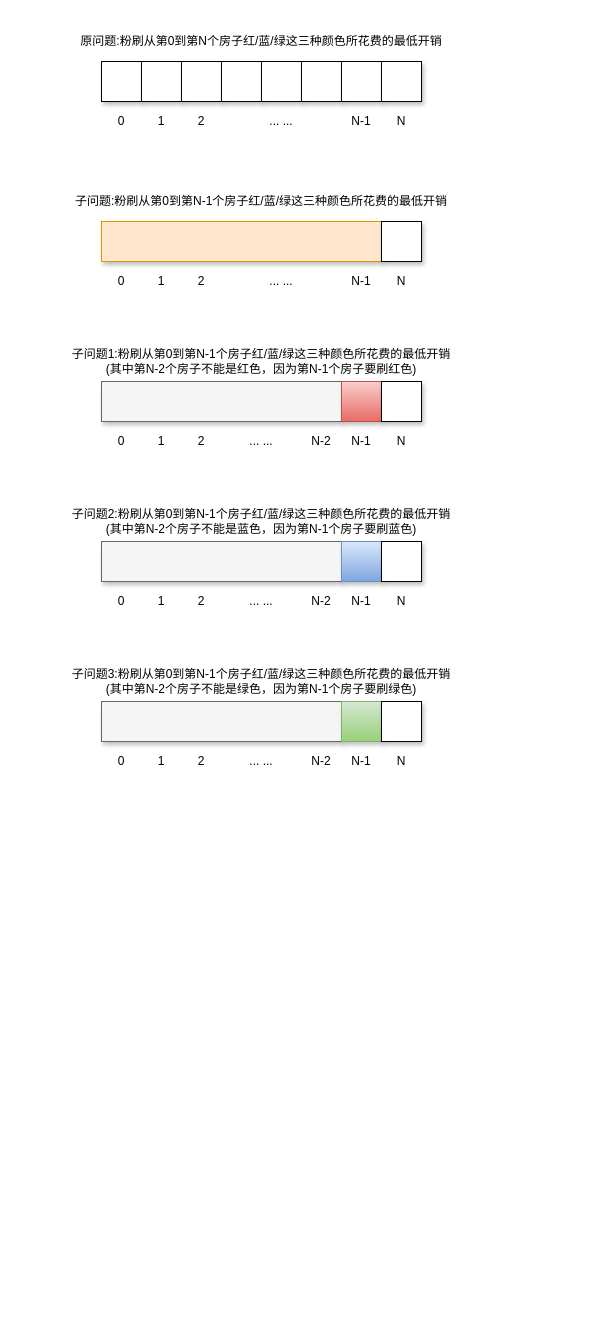
This is draw.io/粉刷房子 II.drawio from goldknife6/algorithm, a draw.io file, before an edit. Source tidied: cells renumbered, new cells numbered last; positions are measured from the earlier drawing's top-left corner, leaving out a move shared by most shapes. Both pictures are drawn from the tidied source at 100%, with x=0, y=0 at pixel (21, 21).
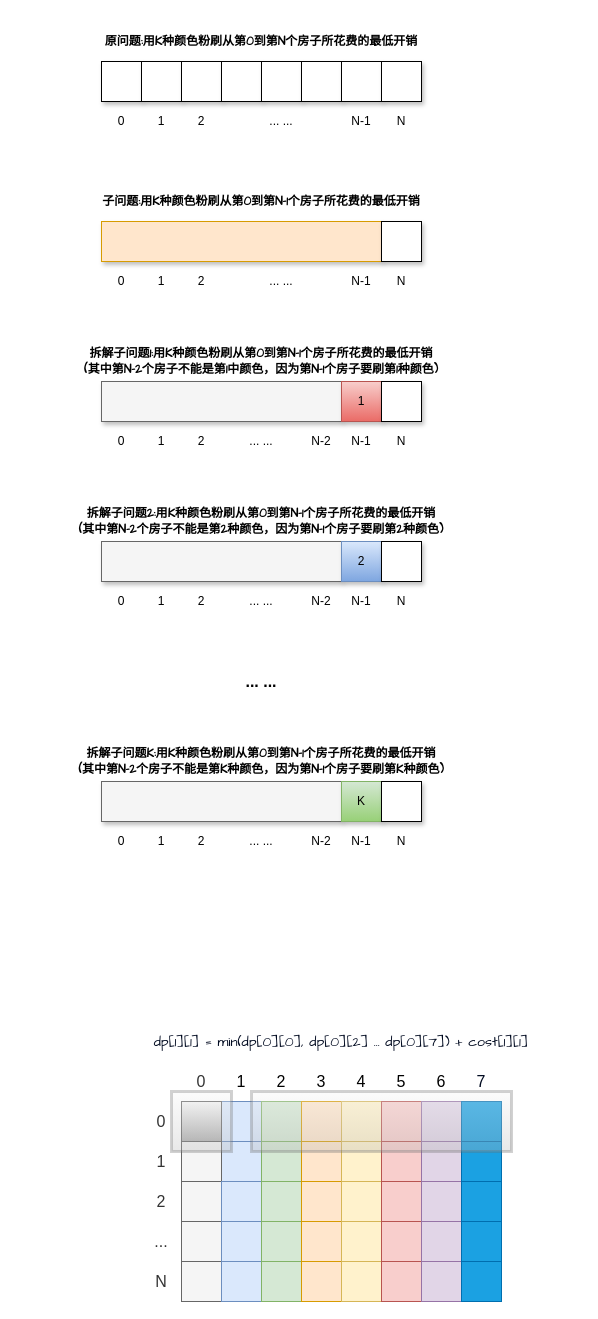
Above is the later version.

Commit message:
更新粉刷房子 II.drawio

What changed in the source:
```diff
@@
+    <mxCell id="59" style="rounded=0;whiteSpace=wrap;html=1;fontFamily=Helvetica;fontSize=16;fillColor=#dae8fc;strokeColor=#6c8ebf;" parent="1" vertex="1">
+      <mxGeometry x="200" y="1120" width="40" height="40" as="geometry" />
+    </mxCell>
     <mxCell id="2" style="rounded=0;whiteSpace=wrap;html=1;glass=0;shadow=1;fillColor=#f5f5f5;strokeColor=#666666;fontColor=#333333;" parent="1" vertex="1">
-      <mxGeometry x="80" y="680" width="240" height="40" as="geometry" />
+      <mxGeometry x="80" y="760" width="240" height="40" as="geometry" />
     </mxCell>
@@
-    <mxCell id="5" style="rounded=0;whiteSpace=wrap;html=1;glass=0;shadow=1;fillColor=#d5e8d4;gradientColor=#97d077;strokeColor=#82b366;" parent="1" vertex="1">
-      <mxGeometry x="320" y="680" width="40" height="40" as="geometry" />
+    <mxCell id="5" value="K" style="rounded=0;whiteSpace=wrap;html=1;glass=0;shadow=1;fillColor=#d5e8d4;gradientColor=#97d077;strokeColor=#82b366;" parent="1" vertex="1">
+      <mxGeometry x="320" y="760" width="40" height="40" as="geometry" />
     </mxCell>
-    <mxCell id="6" style="rounded=0;whiteSpace=wrap;html=1;glass=0;shadow=1;fillColor=#f8cecc;strokeColor=#b85450;gradientColor=#ea6b66;" parent="1" vertex="1">
+    <mxCell id="6" value="1" style="rounded=0;whiteSpace=wrap;html=1;glass=0;shadow=1;fillColor=#f8cecc;strokeColor=#b85450;gradientColor=#ea6b66;" parent="1" vertex="1">
       <mxGeometry x="320" y="360" width="40" height="40" as="geometry" />
     </mxCell>
-    <mxCell id="7" style="rounded=0;whiteSpace=wrap;html=1;glass=0;shadow=1;fillColor=#dae8fc;gradientColor=#7ea6e0;strokeColor=#6c8ebf;" parent="1" vertex="1">
+    <mxCell id="7" value="2" style="rounded=0;whiteSpace=wrap;html=1;glass=0;shadow=1;fillColor=#dae8fc;gradientColor=#7ea6e0;strokeColor=#6c8ebf;" parent="1" vertex="1">
       <mxGeometry x="320" y="520" width="40" height="40" as="geometry" />
     </mxCell>
@@
     <mxCell id="22" value="0" style="rounded=0;whiteSpace=wrap;html=1;glass=0;shadow=1;opacity=0;" parent="1" vertex="1">
-      <mxGeometry x="80" y="720" width="40" height="40" as="geometry" />
+      <mxGeometry x="80" y="800" width="40" height="40" as="geometry" />
     </mxCell>
     <mxCell id="23" value="1" style="rounded=0;whiteSpace=wrap;html=1;glass=0;shadow=1;opacity=0;" parent="1" vertex="1">
-      <mxGeometry x="120" y="720" width="40" height="40" as="geometry" />
+      <mxGeometry x="120" y="800" width="40" height="40" as="geometry" />
     </mxCell>
     <mxCell id="24" value="2" style="rounded=0;whiteSpace=wrap;html=1;glass=0;shadow=1;opacity=0;" parent="1" vertex="1">
-      <mxGeometry x="160" y="720" width="40" height="40" as="geometry" />
+      <mxGeometry x="160" y="800" width="40" height="40" as="geometry" />
     </mxCell>
     <mxCell id="25" value="... ..." style="rounded=0;whiteSpace=wrap;html=1;glass=0;shadow=1;opacity=0;" parent="1" vertex="1">
-      <mxGeometry x="200" y="720" width="80" height="40" as="geometry" />
+      <mxGeometry x="200" y="800" width="80" height="40" as="geometry" />
     </mxCell>
     <mxCell id="26" value="N-1" style="rounded=0;whiteSpace=wrap;html=1;glass=0;shadow=1;opacity=0;" parent="1" vertex="1">
-      <mxGeometry x="320" y="720" width="40" height="40" as="geometry" />
+      <mxGeometry x="320" y="800" width="40" height="40" as="geometry" />
     </mxCell>
     <mxCell id="27" value="N" style="rounded=0;whiteSpace=wrap;html=1;glass=0;shadow=1;opacity=0;" parent="1" vertex="1">
-      <mxGeometry x="360" y="720" width="40" height="40" as="geometry" />
+      <mxGeometry x="360" y="800" width="40" height="40" as="geometry" />
     </mxCell>
@@
-    <mxCell id="40" value="原问题:粉刷从第0到第N个房子红/蓝/绿这三种颜色所花费的最低开销" style="text;html=1;strokeColor=none;fillColor=none;align=center;verticalAlign=middle;whiteSpace=wrap;rounded=0;shadow=1;glass=0;opacity=0;" parent="1" vertex="1">
+    <mxCell id="40" value="&lt;font face=&quot;Comic Sans MS&quot;&gt;&lt;b&gt;原问题:用K种颜色粉刷从第0到第N个房子所花费的最低开销&lt;/b&gt;&lt;/font&gt;" style="text;html=1;strokeColor=none;fillColor=none;align=center;verticalAlign=middle;whiteSpace=wrap;rounded=0;shadow=1;glass=0;opacity=0;" parent="1" vertex="1">
       <mxGeometry width="480" height="40" as="geometry" />
     </mxCell>
-    <mxCell id="41" value="子问题1:粉刷从第0到第N-1个房子红/蓝/绿这三种颜色所花费的最低开销&lt;br&gt;(其中第N-2个房子不能是红色，因为第N-1个房子要刷红色)" style="text;html=1;strokeColor=none;fillColor=none;align=center;verticalAlign=middle;whiteSpace=wrap;rounded=0;shadow=1;glass=0;opacity=0;" parent="1" vertex="1">
+    <mxCell id="41" value="&lt;b&gt;&lt;font face=&quot;Comic Sans MS&quot;&gt;拆解子问题1:用K种颜色粉刷从第0到第N-1个房子所花费的最低开销&lt;br&gt;(其中第N-2个房子不能是第1中颜色，因为第N-1个房子要刷第1种颜色)&lt;/font&gt;&lt;/b&gt;" style="text;html=1;strokeColor=none;fillColor=none;align=center;verticalAlign=middle;whiteSpace=wrap;rounded=0;shadow=1;glass=0;opacity=0;" parent="1" vertex="1">
       <mxGeometry y="320" width="480" height="40" as="geometry" />
     </mxCell>
-    <mxCell id="42" value="子问题2:粉刷从第0到第N-1个房子红/蓝/绿这三种颜色所花费的最低开销&lt;br&gt;(其中第N-2个房子不能是蓝色，因为第N-1个房子要刷蓝色)" style="text;html=1;strokeColor=none;fillColor=none;align=center;verticalAlign=middle;whiteSpace=wrap;rounded=0;shadow=1;glass=0;opacity=0;" parent="1" vertex="1">
+    <mxCell id="42" value="&lt;b&gt;&lt;font face=&quot;Comic Sans MS&quot;&gt;拆解&lt;/font&gt;&lt;/b&gt;&lt;b&gt;&lt;font face=&quot;Comic Sans MS&quot;&gt;子问题2:用&lt;/font&gt;&lt;/b&gt;&lt;b&gt;&lt;font face=&quot;Comic Sans MS&quot;&gt;K种颜色&lt;/font&gt;&lt;/b&gt;&lt;b&gt;&lt;font face=&quot;Comic Sans MS&quot;&gt;粉刷从第0到第N-1个房子所花费的最低开销&lt;br&gt;(其中第N-2个房子不能是第2种颜色，因为第N-1个房子要刷第2种颜色)&lt;/font&gt;&lt;/b&gt;" style="text;html=1;strokeColor=none;fillColor=none;align=center;verticalAlign=middle;whiteSpace=wrap;rounded=0;shadow=1;glass=0;opacity=0;" parent="1" vertex="1">
       <mxGeometry y="480" width="480" height="40" as="geometry" />
     </mxCell>
-    <mxCell id="43" value="子问题3:粉刷从第0到第N-1个房子红/蓝/绿这三种颜色所花费的最低开销&lt;br&gt;(其中第N-2个房子不能是绿色，因为第N-1个房子要刷绿色)" style="text;html=1;strokeColor=none;fillColor=none;align=center;verticalAlign=middle;whiteSpace=wrap;rounded=0;shadow=1;glass=0;opacity=0;" parent="1" vertex="1">
-      <mxGeometry y="640" width="480" height="40" as="geometry" />
+    <mxCell id="43" value="&lt;b&gt;&lt;font face=&quot;Comic Sans MS&quot;&gt;拆解&lt;/font&gt;&lt;/b&gt;&lt;b&gt;&lt;font face=&quot;Comic Sans MS&quot;&gt;子问题K:用&lt;/font&gt;&lt;/b&gt;&lt;b&gt;&lt;font face=&quot;Comic Sans MS&quot;&gt;K种颜色&lt;/font&gt;&lt;/b&gt;&lt;b&gt;&lt;font face=&quot;Comic Sans MS&quot;&gt;粉刷从第0到第N-1个房子所花费的最低开销&lt;br&gt;(其中第N-2个房子不能是第K种颜色，因为第N-1个房子要刷第K种颜色)&lt;/font&gt;&lt;/b&gt;" style="text;html=1;strokeColor=none;fillColor=none;align=center;verticalAlign=middle;whiteSpace=wrap;rounded=0;shadow=1;glass=0;opacity=0;" parent="1" vertex="1">
+      <mxGeometry y="720" width="480" height="40" as="geometry" />
     </mxCell>
@@
-    <mxCell id="51" value="子问题:粉刷从第0到第N-1个房子红/蓝/绿这三种颜色所花费的最低开销" style="text;html=1;strokeColor=none;fillColor=none;align=center;verticalAlign=middle;whiteSpace=wrap;rounded=0;shadow=1;glass=0;opacity=0;" parent="1" vertex="1">
+    <mxCell id="51" value="&lt;b&gt;&lt;font face=&quot;Comic Sans MS&quot;&gt;子问题:用K种颜色粉刷从第0到第N-1个房子所花费的最低开销&lt;/font&gt;&lt;/b&gt;" style="text;html=1;strokeColor=none;fillColor=none;align=center;verticalAlign=middle;whiteSpace=wrap;rounded=0;shadow=1;glass=0;opacity=0;" parent="1" vertex="1">
       <mxGeometry y="160" width="480" height="40" as="geometry" />
     </mxCell>
@@
     <mxCell id="55" style="rounded=0;whiteSpace=wrap;html=1;glass=0;shadow=1;" parent="1" vertex="1">
-      <mxGeometry x="360" y="680" width="40" height="40" as="geometry" />
+      <mxGeometry x="360" y="760" width="40" height="40" as="geometry" />
     </mxCell>
@@
     <mxCell id="58" value="N-2" style="rounded=0;whiteSpace=wrap;html=1;glass=0;shadow=1;opacity=0;" parent="1" vertex="1">
-      <mxGeometry x="280" y="720" width="40" height="40" as="geometry" />
+      <mxGeometry x="280" y="800" width="40" height="40" as="geometry" />
     </mxCell>
+    <mxCell id="60" value="&lt;font style=&quot;font-size: 16px&quot;&gt;&lt;b&gt;... ...&lt;/b&gt;&lt;/font&gt;" style="rounded=0;whiteSpace=wrap;html=1;glass=0;shadow=1;opacity=0;" parent="1" vertex="1">
+      <mxGeometry x="200" y="640" width="80" height="40" as="geometry" />
+    </mxCell>
+    <mxCell id="61" style="rounded=0;whiteSpace=wrap;html=1;fontFamily=Helvetica;fontSize=16;fillColor=#f5f5f5;fontColor=#333333;strokeColor=#666666;" parent="1" vertex="1">
+      <mxGeometry x="160" y="1080" width="40" height="40" as="geometry" />
+    </mxCell>
+    <mxCell id="62" style="rounded=0;whiteSpace=wrap;html=1;fontFamily=Helvetica;fontSize=16;fillColor=#dae8fc;strokeColor=#6c8ebf;" parent="1" vertex="1">
+      <mxGeometry x="200" y="1080" width="40" height="40" as="geometry" />
+    </mxCell>
+    <mxCell id="63" style="rounded=0;whiteSpace=wrap;html=1;fontFamily=Helvetica;fontSize=16;fillColor=#d5e8d4;strokeColor=#82b366;" parent="1" vertex="1">
+      <mxGeometry x="240" y="1080" width="40" height="40" as="geometry" />
+    </mxCell>
+    <mxCell id="64" style="rounded=0;whiteSpace=wrap;html=1;fontFamily=Helvetica;fontSize=16;fillColor=#ffe6cc;strokeColor=#d79b00;" parent="1" vertex="1">
+      <mxGeometry x="280" y="1080" width="40" height="40" as="geometry" />
+    </mxCell>
+    <mxCell id="65" style="rounded=0;whiteSpace=wrap;html=1;fontFamily=Helvetica;fontSize=16;fillColor=#fff2cc;strokeColor=#d6b656;" parent="1" vertex="1">
+      <mxGeometry x="320" y="1080" width="40" height="40" as="geometry" />
+    </mxCell>
+    <mxCell id="66" style="rounded=0;whiteSpace=wrap;html=1;fontFamily=Helvetica;fontSize=16;fillColor=#f8cecc;strokeColor=#b85450;" parent="1" vertex="1">
+      <mxGeometry x="360" y="1080" width="40" height="40" as="geometry" />
+    </mxCell>
+    <mxCell id="67" style="rounded=0;whiteSpace=wrap;html=1;fontFamily=Helvetica;fontSize=16;fillColor=#e1d5e7;strokeColor=#9673a6;" parent="1" vertex="1">
+      <mxGeometry x="400" y="1080" width="40" height="40" as="geometry" />
+    </mxCell>
+    <mxCell id="68" style="rounded=0;whiteSpace=wrap;html=1;fontFamily=Helvetica;fontSize=16;fillColor=#1ba1e2;fontColor=#ffffff;strokeColor=#006EAF;" parent="1" vertex="1">
+      <mxGeometry x="440" y="1080" width="40" height="40" as="geometry" />
+    </mxCell>
+    <mxCell id="69" style="rounded=0;whiteSpace=wrap;html=1;fontFamily=Helvetica;fontSize=16;fillColor=#f5f5f5;fontColor=#333333;strokeColor=#666666;" parent="1" vertex="1">
+      <mxGeometry x="160" y="1120" width="40" height="40" as="geometry" />
+    </mxCell>
+    <mxCell id="70" style="rounded=0;whiteSpace=wrap;html=1;fontFamily=Helvetica;fontSize=16;fillColor=#d5e8d4;strokeColor=#82b366;strokeWidth=1;" parent="1" vertex="1">
+      <mxGeometry x="240" y="1120" width="40" height="40" as="geometry" />
+    </mxCell>
+    <mxCell id="71" style="rounded=0;whiteSpace=wrap;html=1;fontFamily=Helvetica;fontSize=16;fillColor=#ffe6cc;strokeColor=#d79b00;" parent="1" vertex="1">
+      <mxGeometry x="280" y="1120" width="40" height="40" as="geometry" />
+    </mxCell>
+    <mxCell id="72" style="rounded=0;whiteSpace=wrap;html=1;fontFamily=Helvetica;fontSize=16;fillColor=#fff2cc;strokeColor=#d6b656;" parent="1" vertex="1">
+      <mxGeometry x="320" y="1120" width="40" height="40" as="geometry" />
+    </mxCell>
+    <mxCell id="73" style="rounded=0;whiteSpace=wrap;html=1;fontFamily=Helvetica;fontSize=16;fillColor=#f8cecc;strokeColor=#b85450;" parent="1" vertex="1">
+      <mxGeometry x="360" y="1120" width="40" height="40" as="geometry" />
+    </mxCell>
+    <mxCell id="74" style="rounded=0;whiteSpace=wrap;html=1;fontFamily=Helvetica;fontSize=16;fillColor=#e1d5e7;strokeColor=#9673a6;" parent="1" vertex="1">
+      <mxGeometry x="400" y="1120" width="40" height="40" as="geometry" />
+    </mxCell>
+    <mxCell id="75" style="rounded=0;whiteSpace=wrap;html=1;fontFamily=Helvetica;fontSize=16;fillColor=#1ba1e2;fontColor=#ffffff;strokeColor=#006EAF;" parent="1" vertex="1">
+      <mxGeometry x="440" y="1120" width="40" height="40" as="geometry" />
+    </mxCell>
+    <mxCell id="76" style="rounded=0;whiteSpace=wrap;html=1;fontFamily=Helvetica;fontSize=16;fillColor=#f5f5f5;fontColor=#333333;strokeColor=#666666;" parent="1" vertex="1">
+      <mxGeometry x="160" y="1160" width="40" height="40" as="geometry" />
+    </mxCell>
+    <mxCell id="77" style="rounded=0;whiteSpace=wrap;html=1;fontFamily=Helvetica;fontSize=16;fillColor=#dae8fc;strokeColor=#6c8ebf;" parent="1" vertex="1">
+      <mxGeometry x="200" y="1160" width="40" height="40" as="geometry" />
+    </mxCell>
+    <mxCell id="78" style="rounded=0;whiteSpace=wrap;html=1;fontFamily=Helvetica;fontSize=16;fillColor=#d5e8d4;strokeColor=#82b366;" parent="1" vertex="1">
+      <mxGeometry x="240" y="1160" width="40" height="40" as="geometry" />
+    </mxCell>
+    <mxCell id="79" style="rounded=0;whiteSpace=wrap;html=1;fontFamily=Helvetica;fontSize=16;fillColor=#ffe6cc;strokeColor=#d79b00;" parent="1" vertex="1">
+      <mxGeometry x="280" y="1160" width="40" height="40" as="geometry" />
+    </mxCell>
+    <mxCell id="80" style="rounded=0;whiteSpace=wrap;html=1;fontFamily=Helvetica;fontSize=16;fillColor=#fff2cc;strokeColor=#d6b656;" parent="1" vertex="1">
+      <mxGeometry x="320" y="1160" width="40" height="40" as="geometry" />
+    </mxCell>
+    <mxCell id="81" style="rounded=0;whiteSpace=wrap;html=1;fontFamily=Helvetica;fontSize=16;fillColor=#f8cecc;strokeColor=#b85450;" parent="1" vertex="1">
+      <mxGeometry x="360" y="1160" width="40" height="40" as="geometry" />
+    </mxCell>
+    <mxCell id="82" style="rounded=0;whiteSpace=wrap;html=1;fontFamily=Helvetica;fontSize=16;fillColor=#e1d5e7;strokeColor=#9673a6;" parent="1" vertex="1">
+      <mxGeometry x="400" y="1160" width="40" height="40" as="geometry" />
+    </mxCell>
+    <mxCell id="83" style="rounded=0;whiteSpace=wrap;html=1;fontFamily=Helvetica;fontSize=16;fillColor=#1ba1e2;fontColor=#ffffff;strokeColor=#006EAF;" parent="1" vertex="1">
+      <mxGeometry x="440" y="1160" width="40" height="40" as="geometry" />
+    </mxCell>
+    <mxCell id="84" style="rounded=0;whiteSpace=wrap;html=1;fontFamily=Helvetica;fontSize=16;fillColor=#f5f5f5;fontColor=#333333;strokeColor=#666666;" parent="1" vertex="1">
+      <mxGeometry x="160" y="1200" width="40" height="40" as="geometry" />
+    </mxCell>
+    <mxCell id="85" style="rounded=0;whiteSpace=wrap;html=1;fontFamily=Helvetica;fontSize=16;fillColor=#dae8fc;strokeColor=#6c8ebf;" parent="1" vertex="1">
+      <mxGeometry x="200" y="1200" width="40" height="40" as="geometry" />
+    </mxCell>
+    <mxCell id="86" style="rounded=0;whiteSpace=wrap;html=1;fontFamily=Helvetica;fontSize=16;fillColor=#d5e8d4;strokeColor=#82b366;" parent="1" vertex="1">
+      <mxGeometry x="240" y="1200" width="40" height="40" as="geometry" />
+    </mxCell>
+    <mxCell id="87" style="rounded=0;whiteSpace=wrap;html=1;fontFamily=Helvetica;fontSize=16;fillColor=#ffe6cc;strokeColor=#d79b00;" parent="1" vertex="1">
+      <mxGeometry x="280" y="1200" width="40" height="40" as="geometry" />
+    </mxCell>
+    <mxCell id="88" style="rounded=0;whiteSpace=wrap;html=1;fontFamily=Helvetica;fontSize=16;fillColor=#fff2cc;strokeColor=#d6b656;" parent="1" vertex="1">
+      <mxGeometry x="320" y="1200" width="40" height="40" as="geometry" />
+    </mxCell>
+    <mxCell id="89" style="rounded=0;whiteSpace=wrap;html=1;fontFamily=Helvetica;fontSize=16;fillColor=#f8cecc;strokeColor=#b85450;" parent="1" vertex="1">
+      <mxGeometry x="360" y="1200" width="40" height="40" as="geometry" />
+    </mxCell>
+    <mxCell id="90" style="rounded=0;whiteSpace=wrap;html=1;fontFamily=Helvetica;fontSize=16;fillColor=#e1d5e7;strokeColor=#9673a6;" parent="1" vertex="1">
+      <mxGeometry x="400" y="1200" width="40" height="40" as="geometry" />
+    </mxCell>
+    <mxCell id="91" style="rounded=0;whiteSpace=wrap;html=1;fontFamily=Helvetica;fontSize=16;fillColor=#1ba1e2;fontColor=#ffffff;strokeColor=#006EAF;" parent="1" vertex="1">
+      <mxGeometry x="440" y="1200" width="40" height="40" as="geometry" />
+    </mxCell>
+    <mxCell id="92" value="0" style="rounded=0;whiteSpace=wrap;html=1;fontFamily=Helvetica;fontSize=16;fillColor=#f5f5f5;fontColor=#333333;strokeColor=#666666;opacity=0;" parent="1" vertex="1">
+      <mxGeometry x="160" y="1040" width="40" height="40" as="geometry" />
+    </mxCell>
+    <mxCell id="93" value="1" style="rounded=0;whiteSpace=wrap;html=1;fontFamily=Helvetica;fontSize=16;fillColor=#dae8fc;strokeColor=#6c8ebf;opacity=0;" parent="1" vertex="1">
+      <mxGeometry x="200" y="1040" width="40" height="40" as="geometry" />
+    </mxCell>
+    <mxCell id="94" value="2" style="rounded=0;whiteSpace=wrap;html=1;fontFamily=Helvetica;fontSize=16;fillColor=#d5e8d4;strokeColor=#82b366;opacity=0;" parent="1" vertex="1">
+      <mxGeometry x="240" y="1040" width="40" height="40" as="geometry" />
+    </mxCell>
+    <mxCell id="95" value="3" style="rounded=0;whiteSpace=wrap;html=1;fontFamily=Helvetica;fontSize=16;fillColor=#ffe6cc;strokeColor=#d79b00;opacity=0;" parent="1" vertex="1">
+      <mxGeometry x="280" y="1040" width="40" height="40" as="geometry" />
+    </mxCell>
+    <mxCell id="96" value="4" style="rounded=0;whiteSpace=wrap;html=1;fontFamily=Helvetica;fontSize=16;fillColor=#fff2cc;strokeColor=#d6b656;opacity=0;" parent="1" vertex="1">
+      <mxGeometry x="320" y="1040" width="40" height="40" as="geometry" />
+    </mxCell>
+    <mxCell id="97" value="5" style="rounded=0;whiteSpace=wrap;html=1;fontFamily=Helvetica;fontSize=16;fillColor=#f8cecc;strokeColor=#b85450;opacity=0;" parent="1" vertex="1">
+      <mxGeometry x="360" y="1040" width="40" height="40" as="geometry" />
+    </mxCell>
+    <mxCell id="98" value="6" style="rounded=0;whiteSpace=wrap;html=1;fontFamily=Helvetica;fontSize=16;fillColor=#e1d5e7;strokeColor=#9673a6;opacity=0;" parent="1" vertex="1">
+      <mxGeometry x="400" y="1040" width="40" height="40" as="geometry" />
+    </mxCell>
+    <mxCell id="99" value="&lt;font color=&quot;#000a20&quot;&gt;7&lt;/font&gt;" style="rounded=0;whiteSpace=wrap;html=1;fontFamily=Helvetica;fontSize=16;fillColor=#1ba1e2;fontColor=#ffffff;strokeColor=#006EAF;opacity=0;" parent="1" vertex="1">
+      <mxGeometry x="440" y="1040" width="40" height="40" as="geometry" />
+    </mxCell>
+    <mxCell id="100" value="0" style="rounded=0;whiteSpace=wrap;html=1;fontFamily=Helvetica;fontSize=16;fillColor=#f5f5f5;fontColor=#333333;strokeColor=#666666;opacity=0;" parent="1" vertex="1">
+      <mxGeometry x="120" y="1080" width="40" height="40" as="geometry" />
+    </mxCell>
+    <mxCell id="101" value="1" style="rounded=0;whiteSpace=wrap;html=1;fontFamily=Helvetica;fontSize=16;fillColor=#f5f5f5;fontColor=#333333;strokeColor=#666666;opacity=0;" parent="1" vertex="1">
+      <mxGeometry x="120" y="1120" width="40" height="40" as="geometry" />
+    </mxCell>
+    <mxCell id="102" value="2" style="rounded=0;whiteSpace=wrap;html=1;fontFamily=Helvetica;fontSize=16;fillColor=#f5f5f5;fontColor=#333333;strokeColor=#666666;opacity=0;" parent="1" vertex="1">
+      <mxGeometry x="120" y="1160" width="40" height="40" as="geometry" />
+    </mxCell>
+    <mxCell id="103" value="..." style="rounded=0;whiteSpace=wrap;html=1;fontFamily=Helvetica;fontSize=16;fillColor=#f5f5f5;fontColor=#333333;strokeColor=#666666;opacity=0;" parent="1" vertex="1">
+      <mxGeometry x="120" y="1200" width="40" height="40" as="geometry" />
+    </mxCell>
+    <mxCell id="104" style="rounded=0;whiteSpace=wrap;html=1;fontFamily=Helvetica;fontSize=16;fillColor=#f5f5f5;fontColor=#333333;strokeColor=#666666;" parent="1" vertex="1">
+      <mxGeometry x="160" y="1240" width="40" height="40" as="geometry" />
+    </mxCell>
+    <mxCell id="105" style="rounded=0;whiteSpace=wrap;html=1;fontFamily=Helvetica;fontSize=16;fillColor=#dae8fc;strokeColor=#6c8ebf;" parent="1" vertex="1">
+      <mxGeometry x="200" y="1240" width="40" height="40" as="geometry" />
+    </mxCell>
+    <mxCell id="106" style="rounded=0;whiteSpace=wrap;html=1;fontFamily=Helvetica;fontSize=16;fillColor=#d5e8d4;strokeColor=#82b366;" parent="1" vertex="1">
+      <mxGeometry x="240" y="1240" width="40" height="40" as="geometry" />
+    </mxCell>
+    <mxCell id="107" style="rounded=0;whiteSpace=wrap;html=1;fontFamily=Helvetica;fontSize=16;fillColor=#ffe6cc;strokeColor=#d79b00;" parent="1" vertex="1">
+      <mxGeometry x="280" y="1240" width="40" height="40" as="geometry" />
+    </mxCell>
+    <mxCell id="108" style="rounded=0;whiteSpace=wrap;html=1;fontFamily=Helvetica;fontSize=16;fillColor=#fff2cc;strokeColor=#d6b656;" parent="1" vertex="1">
+      <mxGeometry x="320" y="1240" width="40" height="40" as="geometry" />
+    </mxCell>
+    <mxCell id="109" style="rounded=0;whiteSpace=wrap;html=1;fontFamily=Helvetica;fontSize=16;fillColor=#f8cecc;strokeColor=#b85450;" parent="1" vertex="1">
+      <mxGeometry x="360" y="1240" width="40" height="40" as="geometry" />
+    </mxCell>
+    <mxCell id="110" style="rounded=0;whiteSpace=wrap;html=1;fontFamily=Helvetica;fontSize=16;fillColor=#e1d5e7;strokeColor=#9673a6;" parent="1" vertex="1">
+      <mxGeometry x="400" y="1240" width="40" height="40" as="geometry" />
+    </mxCell>
+    <mxCell id="111" style="rounded=0;whiteSpace=wrap;html=1;fontFamily=Helvetica;fontSize=16;fillColor=#1ba1e2;fontColor=#ffffff;strokeColor=#006EAF;" parent="1" vertex="1">
+      <mxGeometry x="440" y="1240" width="40" height="40" as="geometry" />
+    </mxCell>
+    <mxCell id="112" value="N" style="rounded=0;whiteSpace=wrap;html=1;fontFamily=Helvetica;fontSize=16;fillColor=#f5f5f5;fontColor=#333333;strokeColor=#666666;opacity=0;" parent="1" vertex="1">
+      <mxGeometry x="120" y="1240" width="40" height="40" as="geometry" />
+    </mxCell>
+    <mxCell id="113" style="rounded=0;whiteSpace=wrap;html=1;fontFamily=Comic Sans MS;fontSize=16;strokeWidth=1;fillColor=#f5f5f5;strokeColor=#666666;gradientColor=#b3b3b3;" parent="1" vertex="1">
+      <mxGeometry x="160" y="1080" width="40" height="40" as="geometry" />
+    </mxCell>
+    <mxCell id="114" value="&lt;font style=&quot;font-size: 14px&quot;&gt;dp[1][1] = min(dp[0][0], dp[0][2] ... dp[0][7]) + cost[1][1]&lt;/font&gt;" style="text;html=1;strokeColor=none;fillColor=none;align=center;verticalAlign=middle;whiteSpace=wrap;rounded=0;fontFamily=Comic Sans MS;fontSize=16;fontColor=#000A20;" parent="1" vertex="1">
+      <mxGeometry x="80" y="1000" width="480" height="40" as="geometry" />
+    </mxCell>
+    <mxCell id="115" style="text;html=1;strokeColor=#666666;fillColor=#f5f5f5;align=center;verticalAlign=middle;whiteSpace=wrap;rounded=0;fontFamily=Comic Sans MS;fontSize=14;opacity=30;strokeWidth=3;gradientColor=#b3b3b3;" parent="1" vertex="1">
+      <mxGeometry x="230" y="1070" width="260" height="60" as="geometry" />
+    </mxCell>
+    <mxCell id="116" style="text;html=1;strokeColor=#666666;fillColor=#f5f5f5;align=center;verticalAlign=middle;whiteSpace=wrap;rounded=0;fontFamily=Comic Sans MS;fontSize=14;opacity=30;strokeWidth=3;gradientColor=#b3b3b3;" parent="1" vertex="1">
+      <mxGeometry x="150" y="1070" width="60" height="60" as="geometry" />
+    </mxCell>
```
